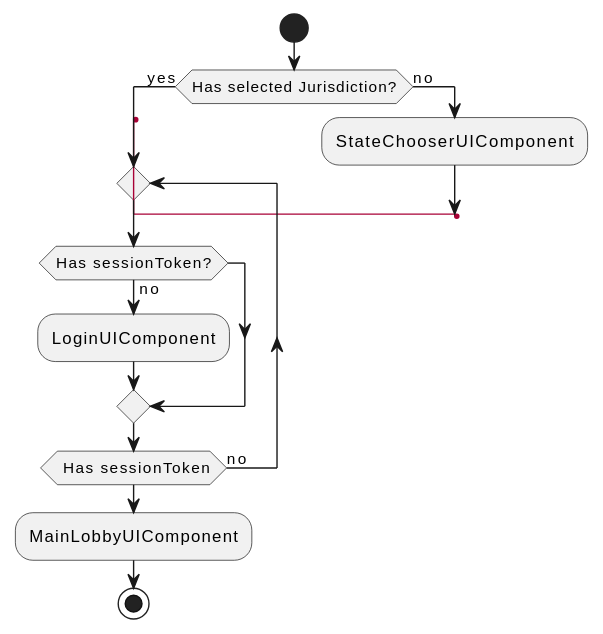
Above: uml/login.svg in palainteractivedev/umlmodels (PlantUML), before the change.
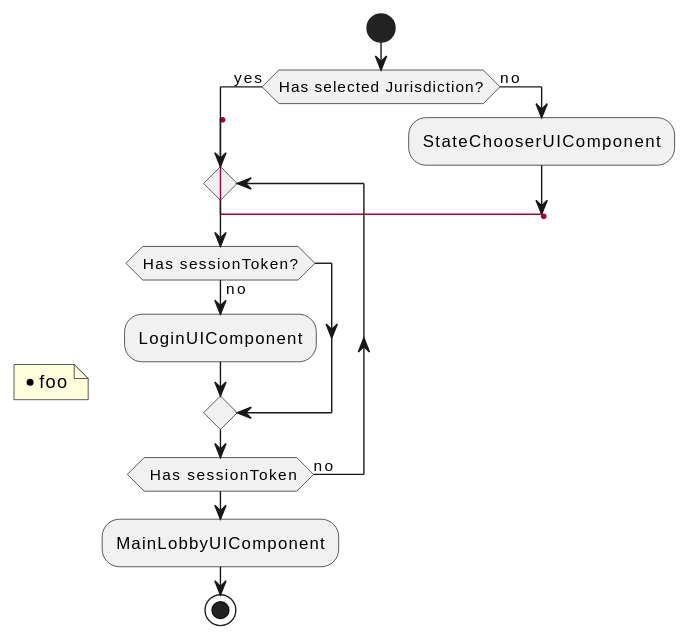
After the commit.

The edit, as a diff of the source:
```diff
@@ -13,4 +13,7 @@
   :StateChooserUIComponent;
   goto lbl_login
 endif
+note left
+  * foo
+end note
 @enduml
```
